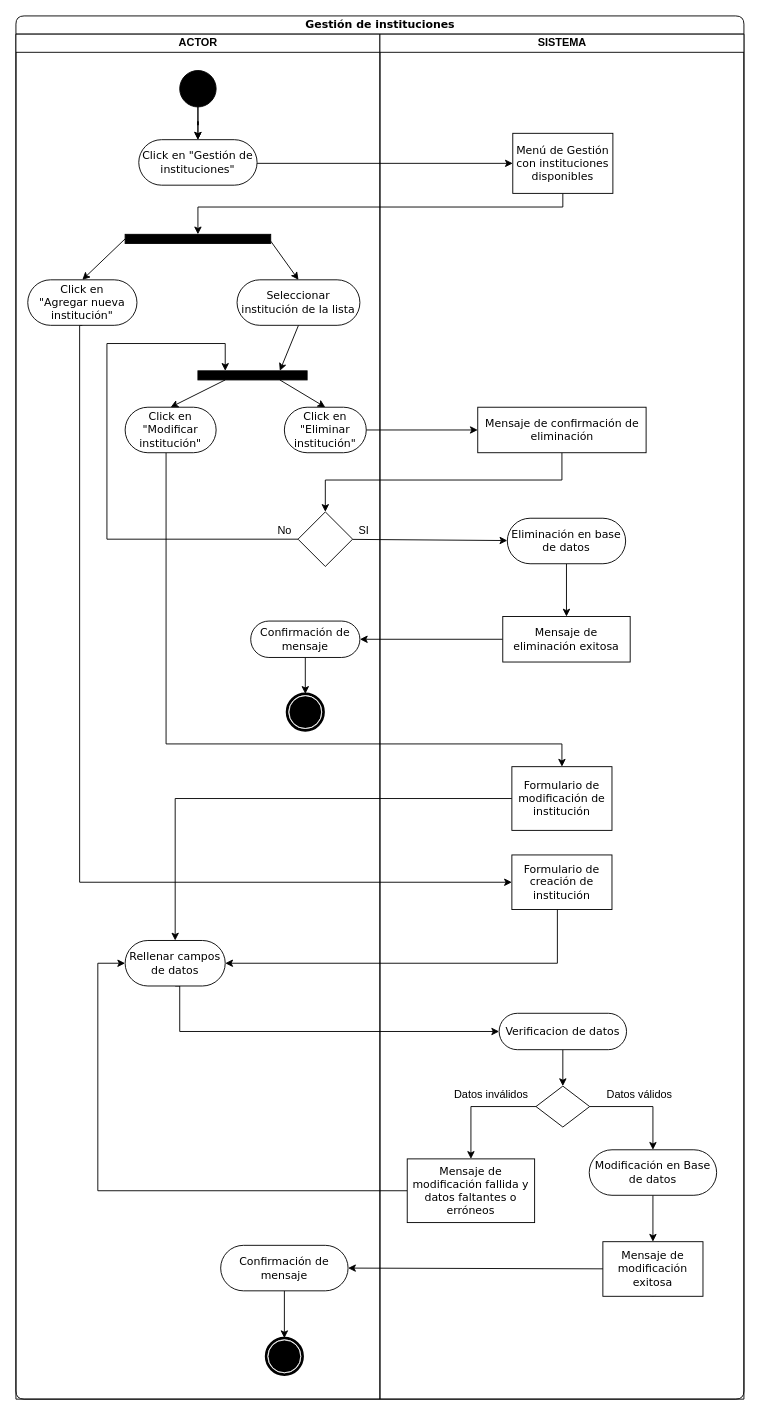
Above: MET/Gestion de instituciones.drawio in NeutronBlast/IS-Ex (draw.io), before the change. Source tidied: cells renumbered, new cells numbered last; positions are measured from the earlier drawing's top-left corner, leaving out a move shared by most shapes. Both pictures are drawn from the tidied source at 91%, with x=0, y=0 at pixel (15, 15).
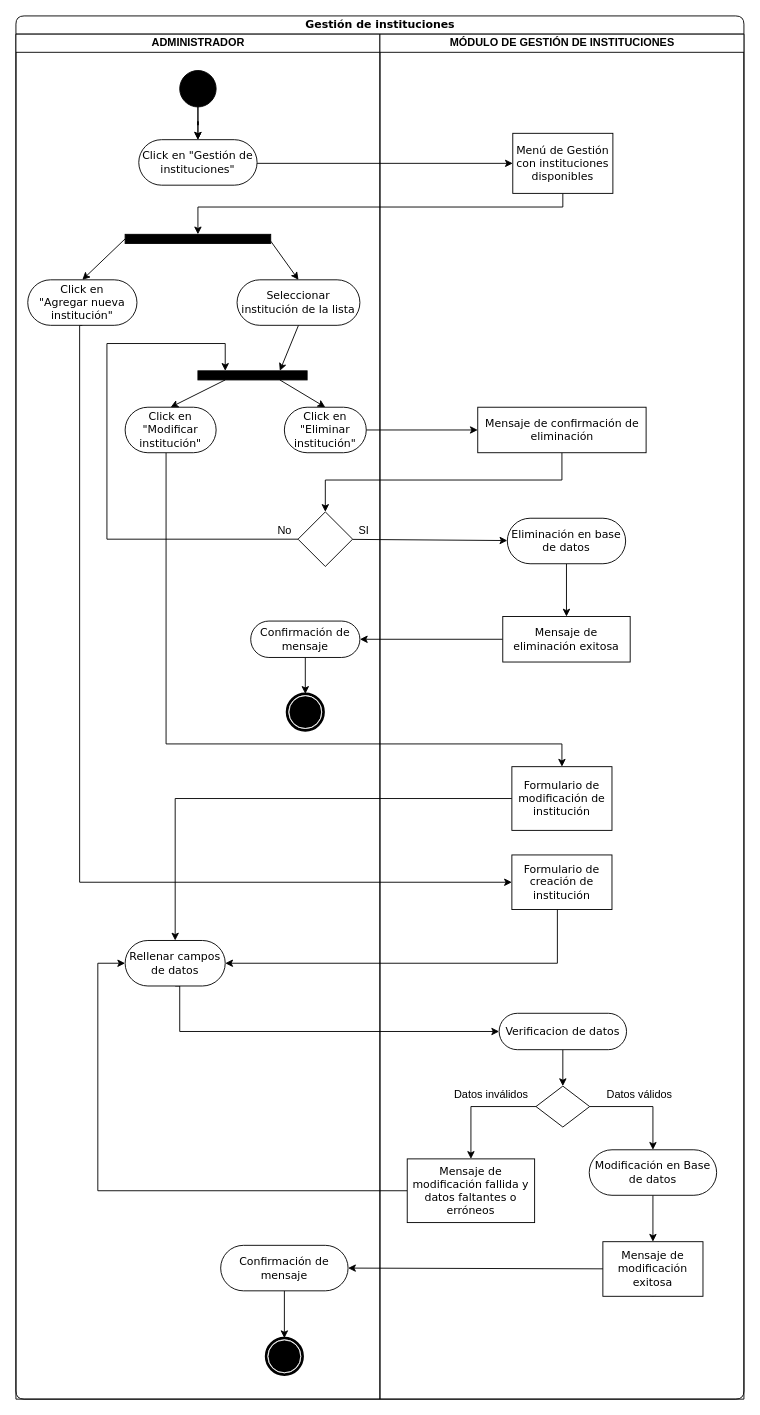
Above is the later version.

The change refers to these unchanged cells:
```xml
<mxCell id="2" value="Gestión de instituciones" style="swimlane;html=1;startSize=20;rounded=1;shadow=0;comic=0;labelBackgroundColor=none;strokeWidth=1;fontFamily=Verdana;fontSize=12;align=center;" parent="1" vertex="1">
  <mxGeometry width="800" height="1520" as="geometry" />
</mxCell>
```

The edit, as a diff of the source:
```diff
@@
-    <mxCell id="16" value="ACTOR" style="swimlane;html=1;startSize=20;" parent="2" vertex="1">
+    <mxCell id="16" value="ADMINISTRADOR" style="swimlane;html=1;startSize=20;" parent="2" vertex="1">
       <mxGeometry y="20" width="400" height="1500" as="geometry" />
     </mxCell>
@@
-    <mxCell id="43" value="SISTEMA" style="swimlane;html=1;startSize=20;" parent="2" vertex="1">
+    <mxCell id="43" value="MÓDULO DE GESTIÓN DE INSTITUCIONES" style="swimlane;html=1;startSize=20;" parent="2" vertex="1">
       <mxGeometry x="400" y="20" width="400" height="1500" as="geometry" />
     </mxCell>
```
